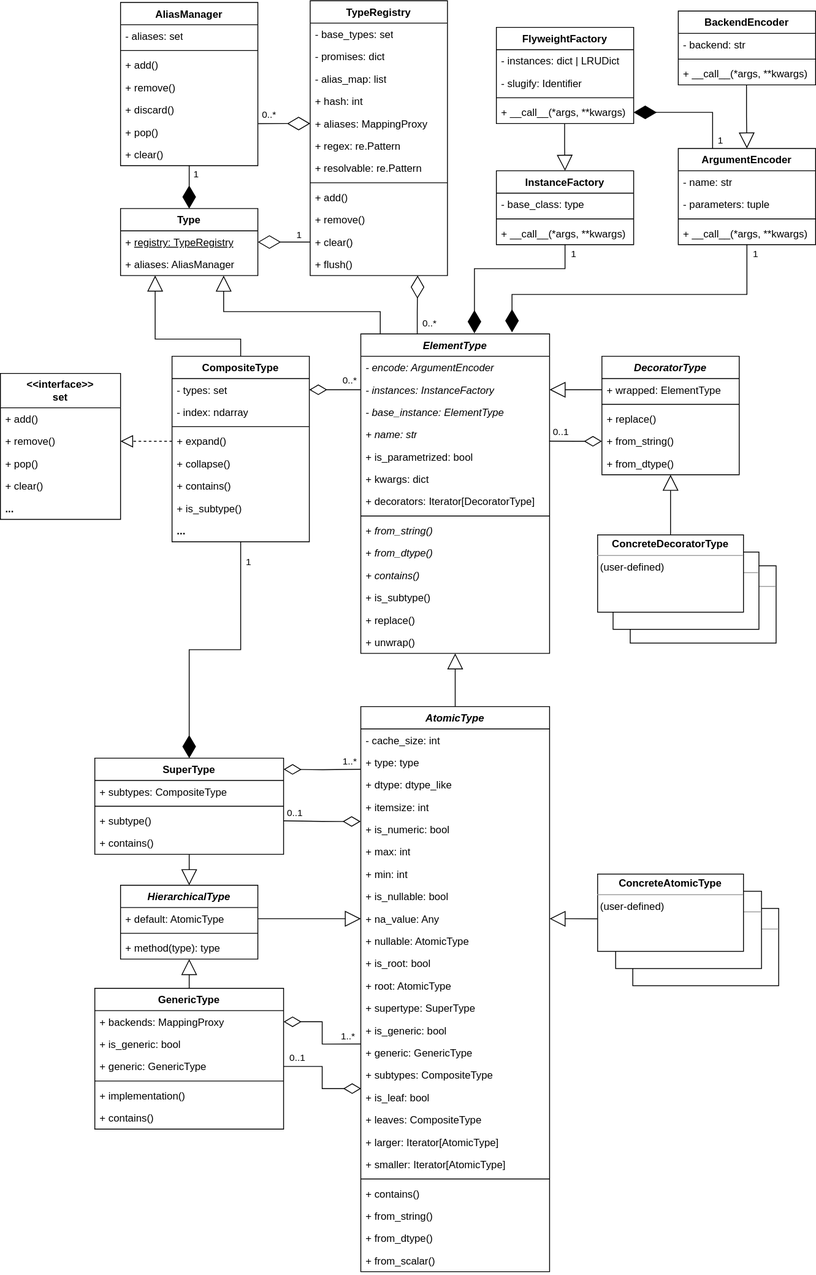
Before: docs/source/images/types/Types_UML.svg, a diagram exported from draw.io (eerkela/bertrand). Source tidied: cells renumbered, new cells last; positions are measured from the earlier drawing's top-left corner, leaving out a move shared by most shapes.
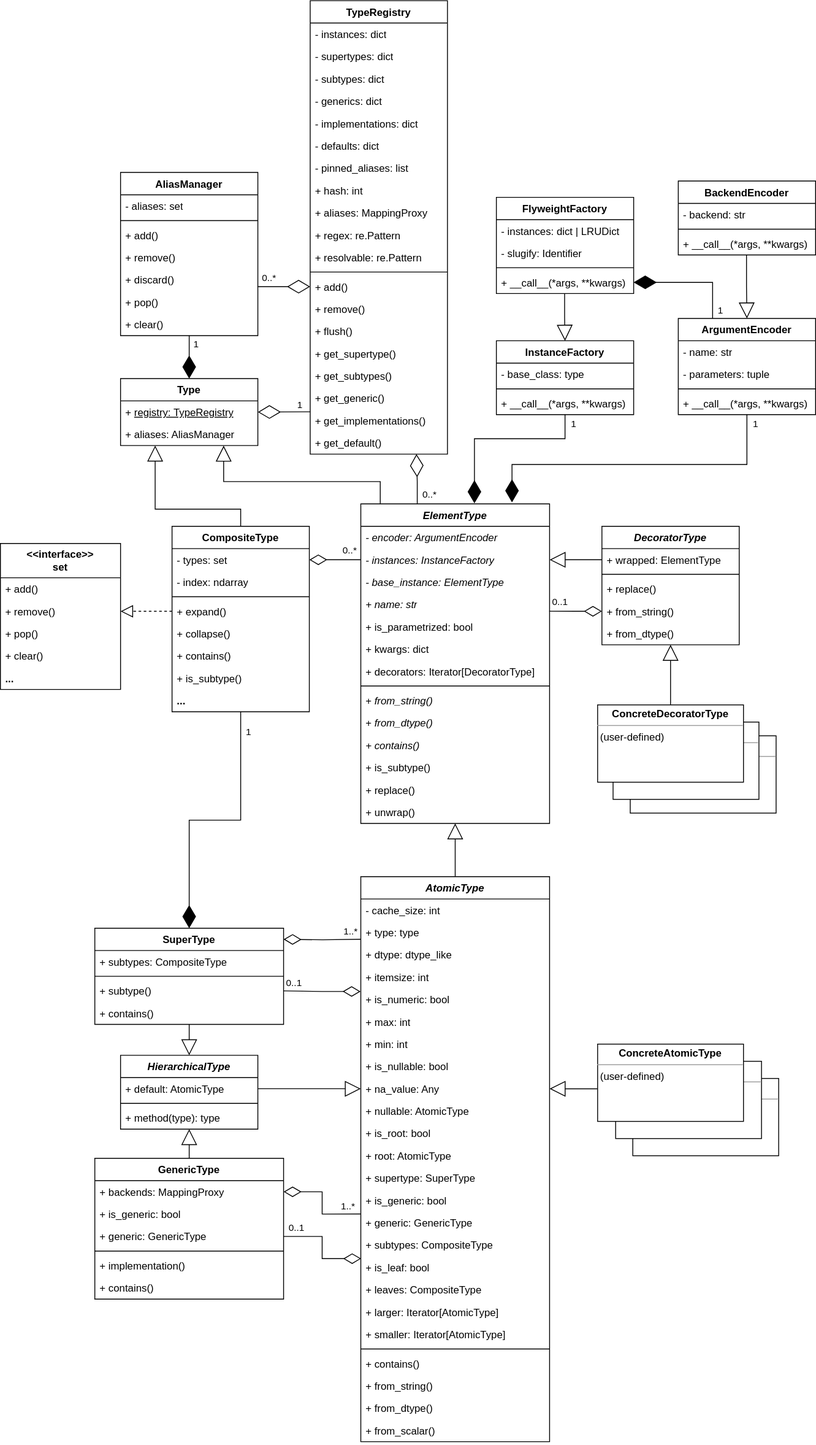
Later version of the same file.

Commit message:
encoders now account for default values

What changed in the source:
```diff
@@ -207,7 +207,7 @@
     <mxCell id="70" value="&lt;i&gt;ElementType&lt;/i&gt;" style="swimlane;fontStyle=1;align=center;verticalAlign=top;horizontal=1;startSize=26;whiteSpace=wrap;html=1;swimlaneFillColor=none;gradientColor=none;" parent="69" vertex="1">
       <mxGeometry x="420" y="388" width="220" height="372" as="geometry" />
     </mxCell>
-    <mxCell id="71" value="- encode: ArgumentEncoder" style="text;strokeColor=none;fillColor=none;align=left;verticalAlign=top;spacingLeft=4;spacingRight=4;overflow=hidden;whiteSpace=wrap;html=1;fontStyle=2;" parent="70" vertex="1">
+    <mxCell id="71" value="- encoder: ArgumentEncoder" style="text;strokeColor=none;fillColor=none;align=left;verticalAlign=top;spacingLeft=4;spacingRight=4;overflow=hidden;whiteSpace=wrap;html=1;fontStyle=2;" parent="70" vertex="1">
       <mxGeometry y="26" width="220" height="26" as="geometry" />
     </mxCell>
     <mxCell id="72" value="- instances: InstanceFactory" style="text;strokeColor=none;fillColor=none;align=left;verticalAlign=top;spacingLeft=4;spacingRight=4;overflow=hidden;points=[[0,0.5],[1,0.5]];portConstraint=eastwest;whiteSpace=wrap;html=1;fontStyle=2;" parent="70" vertex="1">
@@ -352,7 +352,7 @@
         </Array>
       </mxGeometry>
     </mxCell>
-    <mxCell id="112" style="endArrow=diamondThin;endFill=0;endSize=24;html=1;rounded=0;entryX=0.783;entryY=1.001;entryDx=0;entryDy=0;exitX=0.299;exitY=-0.001;exitDx=0;exitDy=0;edgeStyle=elbowEdgeStyle;exitPerimeter=0;entryPerimeter=0;elbow=vertical;" parent="69" edge="1" source="70" target="151">
+    <mxCell id="112" style="endArrow=diamondThin;endFill=0;endSize=24;html=1;rounded=0;entryX=0.774;entryY=0.996;entryDx=0;entryDy=0;exitX=0.299;exitY=-0.001;exitDx=0;exitDy=0;edgeStyle=elbowEdgeStyle;exitPerimeter=0;entryPerimeter=0;elbow=vertical;" parent="69" edge="1" source="70" target="173">
       <mxGeometry relative="1" as="geometry">
         <Array as="points">
           <mxPoint x="500" y="362" />
@@ -442,44 +442,68 @@
       <mxGeometry y="52" width="160" height="26" as="geometry" />
     </mxCell>
     <mxCell id="139" value="TypeRegistry" style="swimlane;fontStyle=1;align=center;verticalAlign=top;horizontal=1;startSize=26;whiteSpace=wrap;html=1;swimlaneFillColor=none;" parent="135" vertex="1">
-      <mxGeometry x="361" width="160" height="320" as="geometry" />
+      <mxGeometry x="361" y="-198" width="160" height="528" as="geometry" />
     </mxCell>
-    <mxCell id="140" value="- base_types: set" style="text;strokeColor=none;fillColor=none;align=left;verticalAlign=top;spacingLeft=4;spacingRight=4;overflow=hidden;whiteSpace=wrap;html=1;" parent="139" vertex="1">
+    <mxCell id="140" value="- instances: dict" style="text;strokeColor=none;fillColor=none;align=left;verticalAlign=top;spacingLeft=4;spacingRight=4;overflow=hidden;whiteSpace=wrap;html=1;" parent="139" vertex="1">
       <mxGeometry y="26" width="160" height="26" as="geometry" />
     </mxCell>
-    <mxCell id="141" value="- promises: dict" style="text;strokeColor=none;fillColor=none;align=left;verticalAlign=top;spacingLeft=4;spacingRight=4;overflow=hidden;whiteSpace=wrap;html=1;" parent="139" vertex="1">
+    <mxCell id="141" value="- supertypes: dict" style="text;strokeColor=none;fillColor=none;align=left;verticalAlign=top;spacingLeft=4;spacingRight=4;overflow=hidden;whiteSpace=wrap;html=1;" parent="139" vertex="1">
       <mxGeometry y="52" width="160" height="26" as="geometry" />
     </mxCell>
+    <mxCell id="166" value="- subtypes: dict" style="text;strokeColor=none;fillColor=none;align=left;verticalAlign=top;spacingLeft=4;spacingRight=4;overflow=hidden;whiteSpace=wrap;html=1;" parent="139" vertex="1">
+      <mxGeometry y="78" width="160" height="26" as="geometry" />
+    </mxCell>
+    <mxCell id="167" value="- generics: dict" style="text;strokeColor=none;fillColor=none;align=left;verticalAlign=top;spacingLeft=4;spacingRight=4;overflow=hidden;whiteSpace=wrap;html=1;" parent="139" vertex="1">
+      <mxGeometry y="104" width="160" height="26" as="geometry" />
+    </mxCell>
+    <mxCell id="168" value="- implementations: dict" style="text;strokeColor=none;fillColor=none;align=left;verticalAlign=top;spacingLeft=4;spacingRight=4;overflow=hidden;whiteSpace=wrap;html=1;" parent="139" vertex="1">
+      <mxGeometry y="130" width="160" height="26" as="geometry" />
+    </mxCell>
+    <mxCell id="169" value="- defaults: dict" style="text;strokeColor=none;fillColor=none;align=left;verticalAlign=top;spacingLeft=4;spacingRight=4;overflow=hidden;whiteSpace=wrap;html=1;" parent="139" vertex="1">
+      <mxGeometry y="156" width="160" height="26" as="geometry" />
+    </mxCell>
-    <mxCell id="142" value="- alias_map: list" style="text;strokeColor=none;fillColor=none;align=left;verticalAlign=top;spacingLeft=4;spacingRight=4;overflow=hidden;whiteSpace=wrap;html=1;" parent="139" vertex="1">
-      <mxGeometry y="78" width="160" height="26" as="geometry" />
+    <mxCell id="142" value="- pinned_aliases: list" style="text;strokeColor=none;fillColor=none;align=left;verticalAlign=top;spacingLeft=4;spacingRight=4;overflow=hidden;whiteSpace=wrap;html=1;" parent="139" vertex="1">
+      <mxGeometry y="182" width="160" height="26" as="geometry" />
     </mxCell>
     <mxCell id="143" value="+ hash: int" style="text;strokeColor=none;fillColor=none;align=left;verticalAlign=top;spacingLeft=4;spacingRight=4;overflow=hidden;whiteSpace=wrap;html=1;" parent="139" vertex="1">
-      <mxGeometry y="104" width="160" height="26" as="geometry" />
+      <mxGeometry y="208" width="160" height="26" as="geometry" />
     </mxCell>
     <mxCell id="144" value="+ aliases: MappingProxy" style="text;strokeColor=none;fillColor=none;align=left;verticalAlign=top;spacingLeft=4;spacingRight=4;overflow=hidden;points=[[0,0.5],[1,0.5]];portConstraint=eastwest;whiteSpace=wrap;html=1;" parent="139" vertex="1">
-      <mxGeometry y="130" width="160" height="26" as="geometry" />
+      <mxGeometry y="234" width="160" height="26" as="geometry" />
     </mxCell>
     <mxCell id="145" value="+ regex: re.Pattern" style="text;strokeColor=none;fillColor=none;align=left;verticalAlign=top;spacingLeft=4;spacingRight=4;overflow=hidden;whiteSpace=wrap;html=1;" parent="139" vertex="1">
-      <mxGeometry y="156" width="160" height="26" as="geometry" />
+      <mxGeometry y="260" width="160" height="26" as="geometry" />
     </mxCell>
     <mxCell id="146" value="+ resolvable: re.Pattern" style="text;strokeColor=none;fillColor=none;align=left;verticalAlign=top;spacingLeft=4;spacingRight=4;overflow=hidden;whiteSpace=wrap;html=1;" parent="139" vertex="1">
-      <mxGeometry y="182" width="160" height="26" as="geometry" />
+      <mxGeometry y="286" width="160" height="26" as="geometry" />
     </mxCell>
     <mxCell id="147" style="line;strokeWidth=1;fillColor=none;align=left;verticalAlign=middle;spacingTop=-1;spacingLeft=3;spacingRight=3;labelPosition=right;strokeColor=inherit;" parent="139" vertex="1">
-      <mxGeometry y="208" width="160" height="8" as="geometry" />
+      <mxGeometry y="312" width="160" height="8" as="geometry" />
     </mxCell>
     <mxCell id="148" value="+ add()" style="text;strokeColor=none;fillColor=none;align=left;verticalAlign=top;spacingLeft=4;spacingRight=4;overflow=hidden;points=[[0,0.5],[1,0.5]];portConstraint=eastwest;whiteSpace=wrap;html=1;" parent="139" vertex="1">
-      <mxGeometry y="216" width="160" height="26" as="geometry" />
+      <mxGeometry y="320" width="160" height="26" as="geometry" />
     </mxCell>
     <mxCell id="149" value="+ remove()" style="text;strokeColor=none;fillColor=none;align=left;verticalAlign=top;spacingLeft=4;spacingRight=4;overflow=hidden;whiteSpace=wrap;html=1;" parent="139" vertex="1">
-      <mxGeometry y="242" width="160" height="26" as="geometry" />
+      <mxGeometry y="346" width="160" height="26" as="geometry" />
     </mxCell>
+    <mxCell id="151" value="+ flush()" style="text;strokeColor=none;fillColor=none;align=left;verticalAlign=top;spacingLeft=4;spacingRight=4;overflow=hidden;points=[[0,0.5],[1,0.5]];portConstraint=eastwest;whiteSpace=wrap;html=1;" parent="139" vertex="1">
+      <mxGeometry y="372" width="160" height="26" as="geometry" />
+    </mxCell>
-    <mxCell id="150" value="+ clear()" style="text;strokeColor=none;fillColor=none;align=left;verticalAlign=top;spacingLeft=4;spacingRight=4;overflow=hidden;points=[[0,0.5],[1,0.5]];portConstraint=eastwest;whiteSpace=wrap;html=1;" parent="139" vertex="1">
-      <mxGeometry y="268" width="160" height="26" as="geometry" />
+    <mxCell id="150" value="+ get_supertype()" style="text;strokeColor=none;fillColor=none;align=left;verticalAlign=top;spacingLeft=4;spacingRight=4;overflow=hidden;points=[[0,0.5],[1,0.5]];portConstraint=eastwest;whiteSpace=wrap;html=1;" parent="139" vertex="1">
+      <mxGeometry y="398" width="160" height="26" as="geometry" />
     </mxCell>
-    <mxCell id="151" value="+ flush()" style="text;strokeColor=none;fillColor=none;align=left;verticalAlign=top;spacingLeft=4;spacingRight=4;overflow=hidden;points=[[0,0.5],[1,0.5]];portConstraint=eastwest;whiteSpace=wrap;html=1;" parent="139" vertex="1">
-      <mxGeometry y="294" width="160" height="26" as="geometry" />
-    </mxCell>
+    <mxCell id="170" value="+ get_subtypes()" style="text;strokeColor=none;fillColor=none;align=left;verticalAlign=top;spacingLeft=4;spacingRight=4;overflow=hidden;whiteSpace=wrap;html=1;" parent="139" vertex="1">
+      <mxGeometry y="424" width="160" height="26" as="geometry" />
+    </mxCell>
+    <mxCell id="171" value="+ get_generic()" style="text;strokeColor=none;fillColor=none;align=left;verticalAlign=top;spacingLeft=4;spacingRight=4;overflow=hidden;whiteSpace=wrap;html=1;" parent="139" vertex="1">
+      <mxGeometry y="450" width="160" height="26" as="geometry" />
+    </mxCell>
+    <mxCell id="172" value="+ get_implementations()" style="text;strokeColor=none;fillColor=none;align=left;verticalAlign=top;spacingLeft=4;spacingRight=4;overflow=hidden;points=[[0,0.5],[1,0.5]];portConstraint=eastwest;whiteSpace=wrap;html=1;" parent="139" vertex="1">
+      <mxGeometry y="476" width="160" height="26" as="geometry" />
+    </mxCell>
+    <mxCell id="173" value="+ get_default()" style="text;strokeColor=none;fillColor=none;align=left;verticalAlign=top;spacingLeft=4;spacingRight=4;overflow=hidden;points=[[0,0.5],[1,0.5]];portConstraint=eastwest;whiteSpace=wrap;html=1;" parent="139" vertex="1">
+      <mxGeometry y="502" width="160" height="26" as="geometry" />
+    </mxCell>
     <mxCell id="152" value="AliasManager" style="swimlane;fontStyle=1;align=center;verticalAlign=top;horizontal=1;startSize=26;whiteSpace=wrap;html=1;swimlaneFillColor=none;" parent="135" vertex="1">
       <mxGeometry x="140" y="2" width="160" height="190" as="geometry" />
     </mxCell>
@@ -504,7 +528,7 @@
     <mxCell id="159" value="+ clear()" style="text;strokeColor=none;fillColor=none;align=left;verticalAlign=top;spacingLeft=4;spacingRight=4;overflow=hidden;whiteSpace=wrap;html=1;" parent="152" vertex="1">
       <mxGeometry y="164" width="160" height="26" as="geometry" />
     </mxCell>
-    <mxCell id="160" style="endArrow=diamondThin;endFill=0;endSize=24;html=1;rounded=0;entryX=1;entryY=0.5;entryDx=0;entryDy=0;exitX=0;exitY=0.5;exitDx=0;exitDy=0;" parent="135" edge="1" source="150" target="137">
+    <mxCell id="160" style="endArrow=diamondThin;endFill=0;endSize=24;html=1;rounded=0;entryX=1;entryY=0.5;entryDx=0;entryDy=0;exitX=0.001;exitY=0.105;exitDx=0;exitDy=0;exitPerimeter=0;" parent="135" edge="1" source="172" target="137">
       <mxGeometry relative="1" as="geometry" />
     </mxCell>
     <mxCell id="161" value="1" style="edgeLabel;html=1;align=center;verticalAlign=middle;" parent="160" vertex="1">
@@ -520,7 +544,7 @@
         <mxPoint x="8" y="2" as="offset" />
       </mxGeometry>
     </mxCell>
-    <mxCell id="164" style="endArrow=diamondThin;endFill=0;endSize=24;html=1;rounded=0;entryX=0;entryY=0.5;entryDx=0;entryDy=0;exitX=1.003;exitY=0.12;exitDx=0;exitDy=0;exitPerimeter=0;" parent="135" edge="1" source="158" target="144">
+    <mxCell id="164" style="endArrow=diamondThin;endFill=0;endSize=24;html=1;rounded=0;entryX=0;entryY=0.5;entryDx=0;entryDy=0;exitX=0.997;exitY=0.808;exitDx=0;exitDy=0;exitPerimeter=0;" parent="135" edge="1" source="157" target="148">
       <mxGeometry relative="1" as="geometry" />
     </mxCell>
     <mxCell id="165" value="0..*" style="edgeLabel;html=1;align=center;verticalAlign=middle;" parent="164" vertex="1">
```
